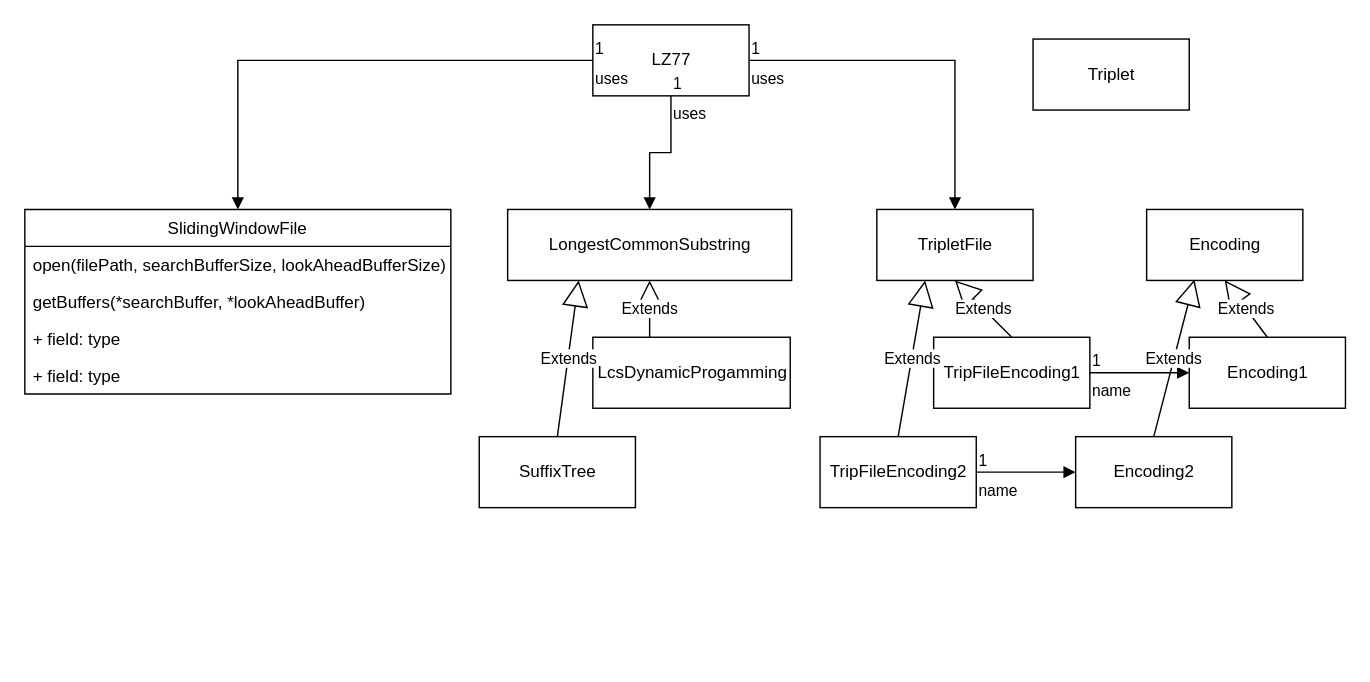
Above: LZ77.drawio in spiridon-sagirov/LZ77 (draw.io), before the change. Source tidied: cells renumbered, new cells numbered last; positions are measured from the earlier drawing's top-left corner, leaving out a move shared by most shapes. Both pictures are drawn from the tidied source at 142%, with x=0, y=0 at pixel (24, 24).
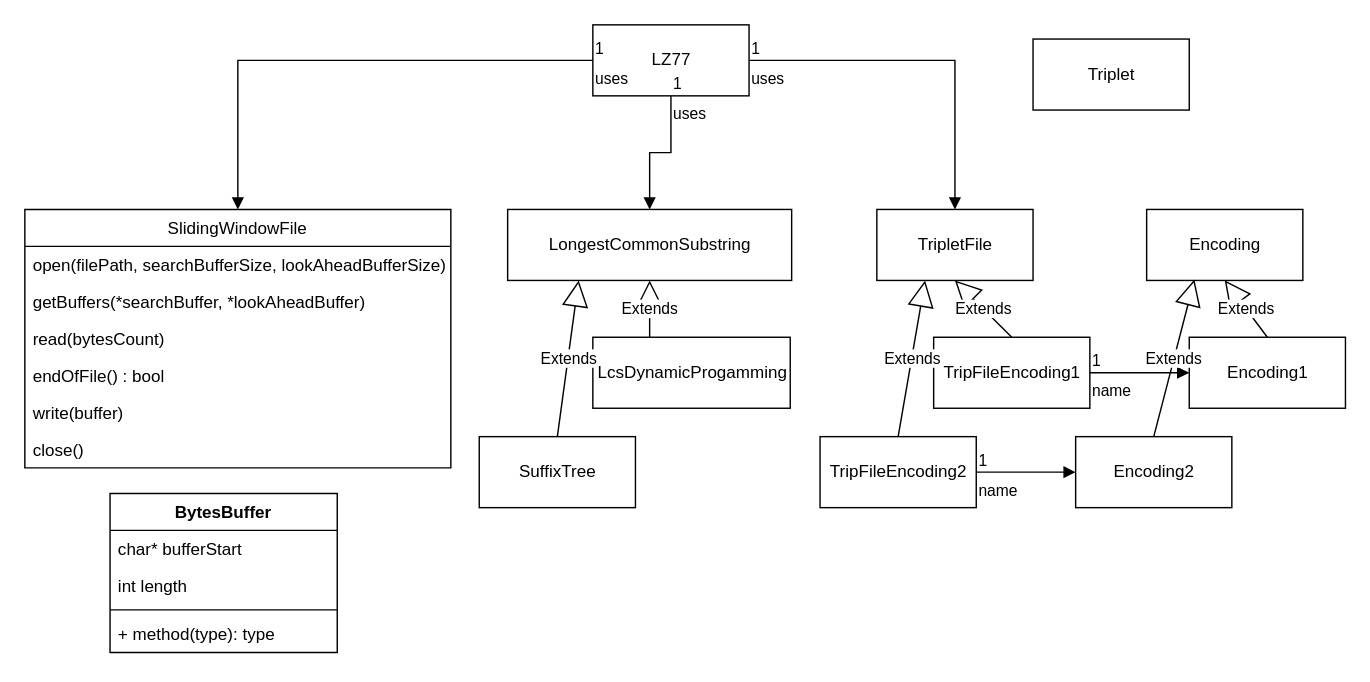
After the change.

Change to the diagram source:
```diff
@@
     <mxCell id="29" value="SlidingWindowFile" style="swimlane;fontStyle=0;horizontal=1;startSize=26;fillColor=none;" parent="1" vertex="1">
-      <mxGeometry y="130" width="300" height="130" as="geometry" />
+      <mxGeometry y="130" width="300" height="182" as="geometry" />
     </mxCell>
@@
-    <mxCell id="32" value="+ field: type" style="text;strokeColor=none;fillColor=none;align=left;verticalAlign=top;spacingLeft=4;spacingRight=4;overflow=hidden;" parent="29" vertex="1">
+    <mxCell id="32" value="read(bytesCount)" style="text;strokeColor=none;fillColor=none;align=left;verticalAlign=top;spacingLeft=4;spacingRight=4;overflow=hidden;" parent="29" vertex="1">
       <mxGeometry y="78" width="300" height="26" as="geometry" />
     </mxCell>
-    <mxCell id="33" value="+ field: type" style="text;strokeColor=none;fillColor=none;align=left;verticalAlign=top;spacingLeft=4;spacingRight=4;overflow=hidden;" parent="29" vertex="1">
+    <mxCell id="33" value="endOfFile() : bool" style="text;strokeColor=none;fillColor=none;align=left;verticalAlign=top;spacingLeft=4;spacingRight=4;overflow=hidden;" parent="29" vertex="1">
       <mxGeometry y="104" width="300" height="26" as="geometry" />
     </mxCell>
+    <mxCell id="34" value="write(buffer)" style="text;strokeColor=none;fillColor=none;align=left;verticalAlign=top;spacingLeft=4;spacingRight=4;overflow=hidden;" parent="29" vertex="1">
+      <mxGeometry y="130" width="300" height="26" as="geometry" />
+    </mxCell>
+    <mxCell id="35" value="close()" style="text;strokeColor=none;fillColor=none;align=left;verticalAlign=top;spacingLeft=4;spacingRight=4;overflow=hidden;" parent="29" vertex="1">
+      <mxGeometry y="156" width="300" height="26" as="geometry" />
+    </mxCell>
+    <mxCell id="36" value="BytesBuffer" style="swimlane;fontStyle=1;align=center;verticalAlign=top;horizontal=1;startSize=26;" parent="1" vertex="1">
+      <mxGeometry x="60" y="330" width="160" height="112" as="geometry" />
+    </mxCell>
+    <mxCell id="37" value="char* bufferStart" style="text;strokeColor=none;fillColor=none;align=left;verticalAlign=top;spacingLeft=4;spacingRight=4;overflow=hidden;" parent="36" vertex="1">
+      <mxGeometry y="26" width="160" height="26" as="geometry" />
+    </mxCell>
+    <mxCell id="38" value="int length" style="text;strokeColor=none;fillColor=none;align=left;verticalAlign=top;spacingLeft=4;spacingRight=4;overflow=hidden;" parent="36" vertex="1">
+      <mxGeometry y="52" width="160" height="26" as="geometry" />
+    </mxCell>
+    <mxCell id="39" style="line;strokeWidth=1;fillColor=none;align=left;verticalAlign=middle;spacingTop=-1;spacingLeft=3;spacingRight=3;labelPosition=right;" parent="36" vertex="1">
+      <mxGeometry y="78" width="160" height="8" as="geometry" />
+    </mxCell>
+    <mxCell id="40" value="+ method(type): type" style="text;strokeColor=none;fillColor=none;align=left;verticalAlign=top;spacingLeft=4;spacingRight=4;overflow=hidden;" parent="36" vertex="1">
+      <mxGeometry y="86" width="160" height="26" as="geometry" />
+    </mxCell>
```
